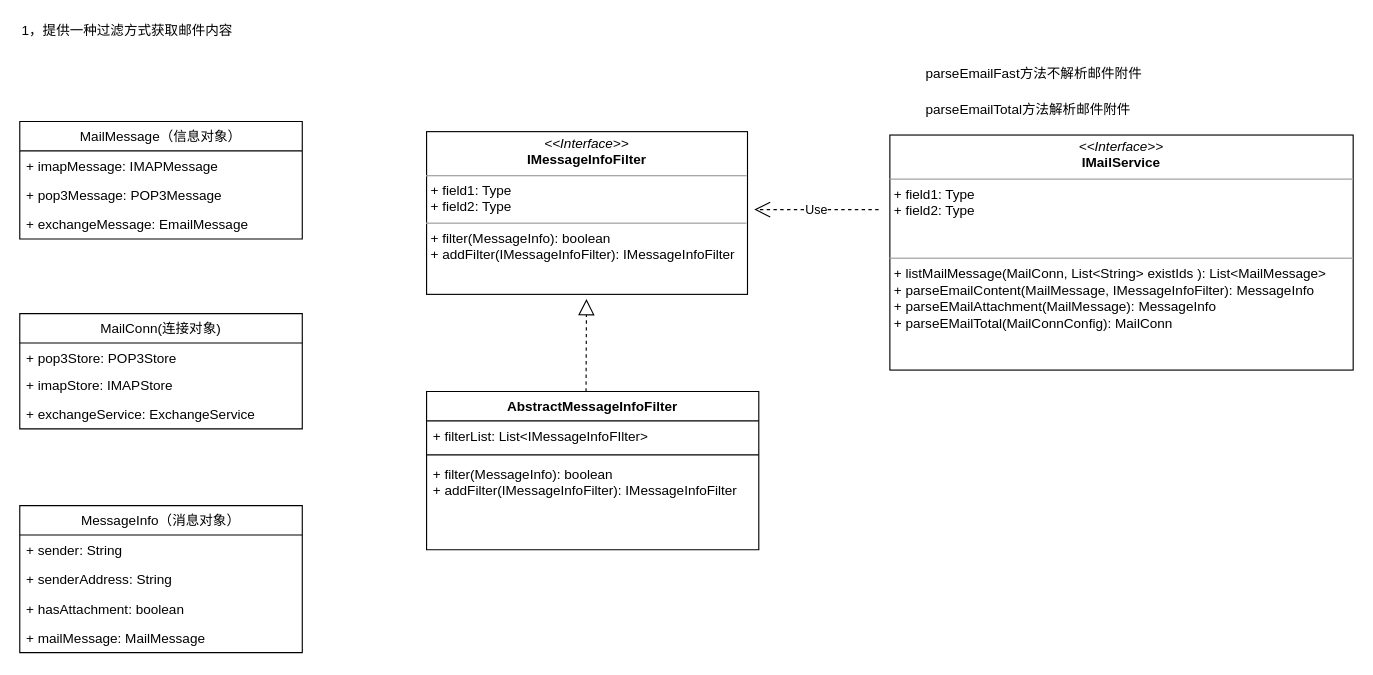
steveGuRen/diagram keeps this draw.io diagram as work/mail-util-class-design.drawio. Above is the earlier version. Source tidied: cells renumbered, new cells numbered last; positions are measured from the earlier drawing's top-left corner, leaving out a move shared by most shapes. Both pictures are drawn from the tidied source at 113%, with x=0, y=0 at pixel (19, 19).
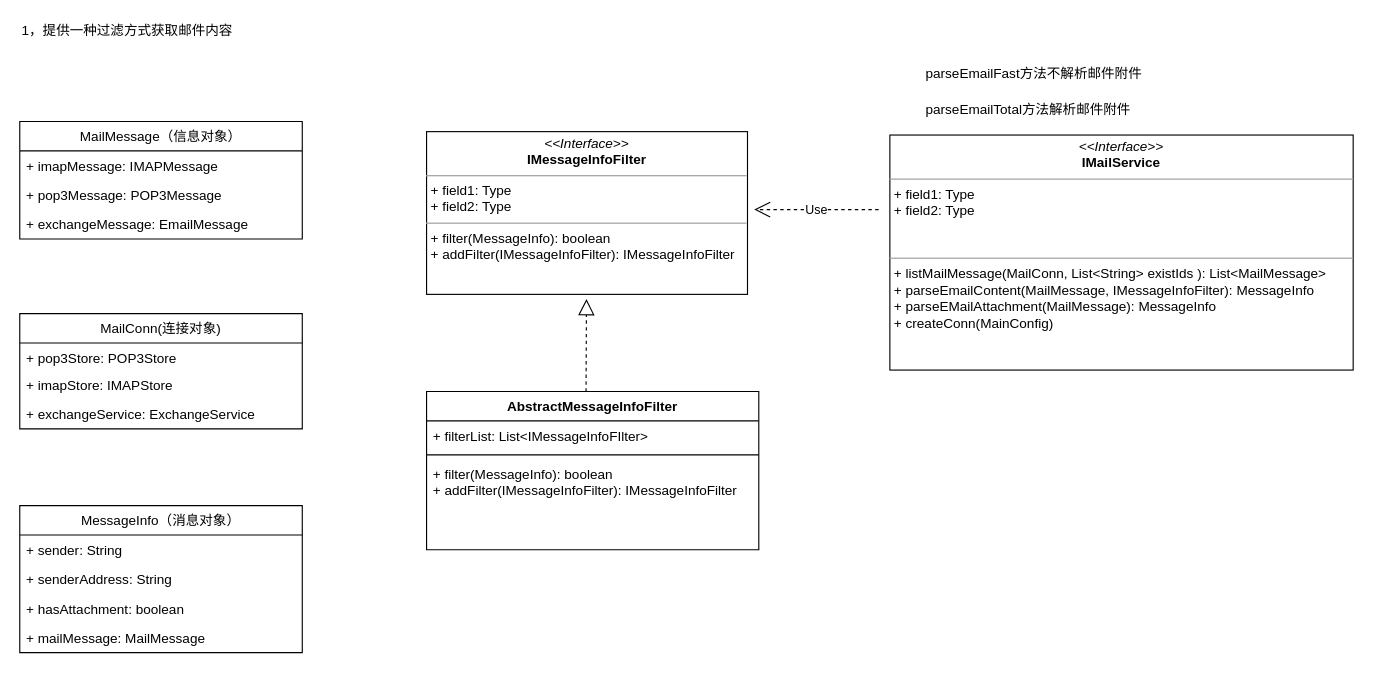
The same page after the edit.

Diff of the diagram source:
```diff
@@
-    <mxCell id="15" value="&lt;p style=&quot;margin: 0px ; margin-top: 4px ; text-align: center&quot;&gt;&lt;i&gt;&amp;lt;&amp;lt;Interface&amp;gt;&amp;gt;&lt;/i&gt;&lt;br&gt;&lt;b&gt;IMailService&lt;/b&gt;&lt;/p&gt;&lt;hr size=&quot;1&quot;&gt;&lt;p style=&quot;margin: 0px ; margin-left: 4px&quot;&gt;+ field1: Type&lt;br&gt;+ field2: Type&lt;/p&gt;&lt;p style=&quot;margin: 0px ; margin-left: 4px&quot;&gt;&lt;br&gt;&lt;/p&gt;&lt;p style=&quot;margin: 0px ; margin-left: 4px&quot;&gt;&lt;br&gt;&lt;/p&gt;&lt;hr size=&quot;1&quot;&gt;&lt;p style=&quot;margin: 0px ; margin-left: 4px&quot;&gt;+ listMailMessage(MailConn, List&amp;lt;String&amp;gt; existIds ): List&amp;lt;MailMessage&amp;gt;&lt;/p&gt;&lt;p style=&quot;margin: 0px ; margin-left: 4px&quot;&gt;+ parseEmailContent(&lt;span&gt;MailMessage&lt;/span&gt;&lt;span&gt;, IMessageInfoFilter&lt;/span&gt;):&amp;nbsp;&lt;span&gt;MessageInfo&lt;/span&gt;&lt;br&gt;+ parseEMailAttachment(&lt;span&gt;MailMessage&lt;/span&gt;): MessageInfo&lt;/p&gt;&lt;p style=&quot;margin: 0px ; margin-left: 4px&quot;&gt;&lt;span&gt;+ parseEMailTotal(MailConnConfig): MailConn&lt;/span&gt;&lt;/p&gt;&lt;p&gt;&lt;br&gt;&lt;/p&gt;&lt;p&gt;&lt;br&gt;&lt;/p&gt;&lt;p&gt;&lt;br&gt;&lt;/p&gt;&lt;p&gt;&lt;br&gt;&lt;/p&gt;&lt;p&gt;&lt;br&gt;&lt;/p&gt;" style="verticalAlign=top;align=left;overflow=fill;fontSize=12;fontFamily=Helvetica;html=1;" parent="1" vertex="1">
+    <mxCell id="15" value="&lt;p style=&quot;margin: 0px ; margin-top: 4px ; text-align: center&quot;&gt;&lt;i&gt;&amp;lt;&amp;lt;Interface&amp;gt;&amp;gt;&lt;/i&gt;&lt;br&gt;&lt;b&gt;IMailService&lt;/b&gt;&lt;/p&gt;&lt;hr size=&quot;1&quot;&gt;&lt;p style=&quot;margin: 0px ; margin-left: 4px&quot;&gt;+ field1: Type&lt;br&gt;+ field2: Type&lt;/p&gt;&lt;p style=&quot;margin: 0px ; margin-left: 4px&quot;&gt;&lt;br&gt;&lt;/p&gt;&lt;p style=&quot;margin: 0px ; margin-left: 4px&quot;&gt;&lt;br&gt;&lt;/p&gt;&lt;hr size=&quot;1&quot;&gt;&lt;p style=&quot;margin: 0px ; margin-left: 4px&quot;&gt;+ listMailMessage(MailConn, List&amp;lt;String&amp;gt; existIds ): List&amp;lt;MailMessage&amp;gt;&lt;/p&gt;&lt;p style=&quot;margin: 0px ; margin-left: 4px&quot;&gt;+ parseEmailContent(&lt;span&gt;MailMessage&lt;/span&gt;&lt;span&gt;, IMessageInfoFilter&lt;/span&gt;):&amp;nbsp;&lt;span&gt;MessageInfo&lt;/span&gt;&lt;br&gt;+ parseEMailAttachment(&lt;span&gt;MailMessage&lt;/span&gt;): MessageInfo&lt;/p&gt;&lt;p style=&quot;margin: 0px ; margin-left: 4px&quot;&gt;+ createConn(MainConfig)&lt;/p&gt;&lt;p&gt;&lt;br&gt;&lt;/p&gt;&lt;p&gt;&lt;br&gt;&lt;/p&gt;&lt;p&gt;&lt;br&gt;&lt;/p&gt;" style="verticalAlign=top;align=left;overflow=fill;fontSize=12;fontFamily=Helvetica;html=1;" parent="1" vertex="1">
       <mxGeometry x="770" y="102" width="410" height="208" as="geometry" />
     </mxCell>
```
